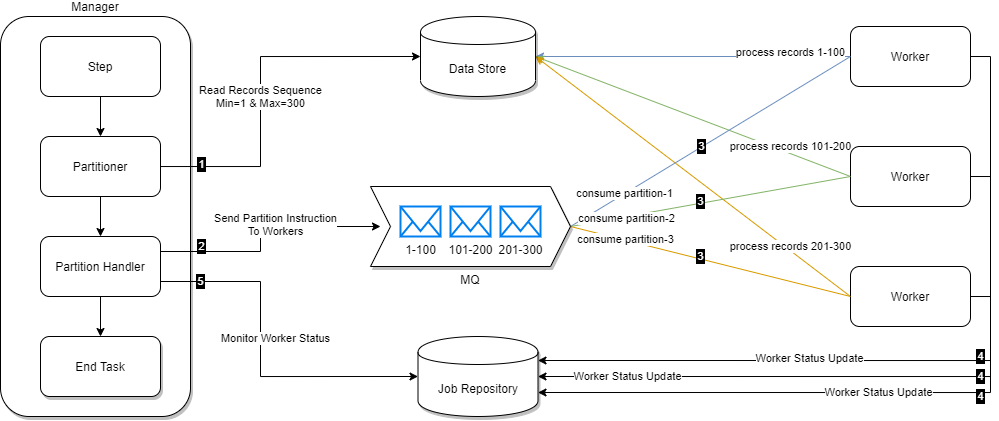
The draw.io diagram spring-batch-parallel-processing.png in selva-dharmaraj/draw, before a commit. Source tidied: cells renumbered, new cells last; positions are measured from the earlier drawing's top-left corner, leaving out a move shared by most shapes.
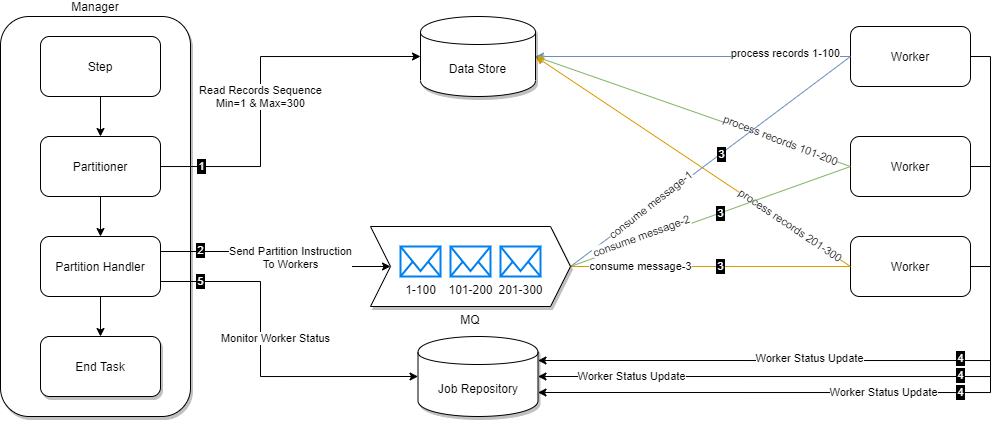
The same file after the commit.

Diff of the diagram source:
```diff
@@ -13,7 +13,7 @@
     </mxCell>
     <mxCell id="5" value="4" style="edgeLabel;html=1;align=center;verticalAlign=middle;labelBorderColor=#000000;fontColor=#FFFFFF;labelBackgroundColor=#000000;" parent="3" vertex="1">
       <mxGeometry x="-0.11" relative="1" as="geometry">
-        <mxPoint x="12" y="-4" as="offset" />
+        <mxPoint x="-8" y="-2" as="offset" />
       </mxGeometry>
     </mxCell>
     <mxCell id="6" style="edgeStyle=none;rounded=0;comic=0;jettySize=auto;html=1;entryX=1;entryY=0.5;entryDx=0;entryDy=0;startArrow=none;startFill=0;endArrow=classic;endFill=1;fillColor=#dae8fc;strokeColor=#6c8ebf;labelBorderColor=none;strokeWidth=1;" parent="1" edge="1" source="8" target="46">
@@ -21,7 +21,7 @@
     </mxCell>
     <mxCell id="7" value="process records 1-100" style="edgeLabel;html=1;align=center;verticalAlign=middle;labelBorderColor=none;" parent="6" vertex="1">
       <mxGeometry x="-0.11" y="-4" relative="1" as="geometry">
-        <mxPoint x="80.6" as="offset" />
+        <mxPoint x="75" y="1" as="offset" />
       </mxGeometry>
     </mxCell>
     <mxCell id="8" value="Worker" style="rounded=1;whiteSpace=wrap;html=1;labelBorderColor=none;" parent="1" vertex="1">
@@ -35,19 +35,19 @@
     </mxCell>
     <mxCell id="11" value="4" style="edgeLabel;html=1;align=center;verticalAlign=middle;labelBorderColor=#000000;fontColor=#FFFFFF;labelBackgroundColor=#000000;" parent="9" vertex="1">
       <mxGeometry x="-0.25" y="-1" relative="1" as="geometry">
-        <mxPoint x="11" y="5" as="offset" />
+        <mxPoint x="-16" y="1" as="offset" />
       </mxGeometry>
     </mxCell>
     <mxCell id="12" style="edgeStyle=none;rounded=0;comic=0;jettySize=auto;html=1;entryX=1;entryY=0.5;entryDx=0;entryDy=0;startArrow=none;startFill=0;endArrow=classic;endFill=1;exitX=0;exitY=0.5;exitDx=0;exitDy=0;fillColor=#d5e8d4;strokeColor=#82b366;labelBorderColor=none;" parent="1" edge="1" source="14" target="46">
       <mxGeometry relative="1" as="geometry" />
     </mxCell>
-    <mxCell id="13" value="process records 101-200" style="edgeLabel;html=1;align=center;verticalAlign=middle;labelBorderColor=none;" parent="12" vertex="1">
+    <mxCell id="13" value="process records 101-200" style="edgeLabel;html=1;align=center;verticalAlign=middle;labelBorderColor=none;rotation=21;" parent="12" vertex="1">
       <mxGeometry x="-0.09" y="-1" relative="1" as="geometry">
-        <mxPoint x="82.8" y="25.4" as="offset" />
+        <mxPoint x="73" y="25" as="offset" />
       </mxGeometry>
     </mxCell>
     <mxCell id="14" value="Worker" style="rounded=1;whiteSpace=wrap;html=1;labelBorderColor=none;" parent="1" vertex="1">
-      <mxGeometry x="850" y="130" width="120" height="60" as="geometry" />
+      <mxGeometry x="850" y="120" width="120" height="60" as="geometry" />
     </mxCell>
     <mxCell id="15" style="rounded=0;comic=0;jettySize=auto;html=1;entryX=1;entryY=0.5;entryDx=0;entryDy=0;exitX=1;exitY=0.5;exitDx=0;exitDy=0;elbow=vertical;edgeStyle=orthogonalEdgeStyle;labelBorderColor=none;" parent="1" edge="1" source="20" target="44">
       <mxGeometry relative="1" as="geometry" />
@@ -57,19 +57,19 @@
     </mxCell>
     <mxCell id="17" value="4" style="edgeLabel;html=1;align=center;verticalAlign=middle;labelBorderColor=#000000;fontColor=#FFFFFF;labelBackgroundColor=#000000;" parent="15" vertex="1">
       <mxGeometry x="-0.56" relative="1" as="geometry">
-        <mxPoint x="11" as="offset" />
+        <mxPoint x="-30" y="1" as="offset" />
       </mxGeometry>
     </mxCell>
     <mxCell id="18" style="edgeStyle=none;rounded=0;comic=0;jettySize=auto;html=1;entryX=1;entryY=0.5;entryDx=0;entryDy=0;startArrow=none;startFill=0;endArrow=classic;endFill=1;exitX=0;exitY=0.5;exitDx=0;exitDy=0;fillColor=#ffe6cc;strokeColor=#d79b00;labelBorderColor=none;" parent="1" edge="1" source="20" target="46">
       <mxGeometry relative="1" as="geometry" />
     </mxCell>
-    <mxCell id="19" value="process records 201-300" style="edgeLabel;html=1;align=center;verticalAlign=middle;labelBorderColor=none;" parent="18" vertex="1">
+    <mxCell id="19" value="process records 201-300" style="edgeLabel;html=1;align=center;verticalAlign=middle;labelBorderColor=none;rotation=34;" parent="18" vertex="1">
       <mxGeometry x="0.07" y="2" relative="1" as="geometry">
-        <mxPoint x="109.8" y="76.9" as="offset" />
+        <mxPoint x="109.8" y="69" as="offset" />
       </mxGeometry>
     </mxCell>
     <mxCell id="20" value="Worker" style="rounded=1;whiteSpace=wrap;html=1;labelBorderColor=none;" parent="1" vertex="1">
-      <mxGeometry x="850" y="250" width="120" height="60" as="geometry" />
+      <mxGeometry x="850" y="220" width="120" height="60" as="geometry" />
     </mxCell>
     <mxCell id="21" style="edgeStyle=orthogonalEdgeStyle;rounded=0;jettySize=auto;html=1;labelBorderColor=none;" parent="1" edge="1" source="22" target="27">
       <mxGeometry relative="1" as="geometry" />
@@ -95,28 +95,28 @@
     </mxCell>
     <mxCell id="26" value="1" style="edgeLabel;html=1;align=center;verticalAlign=middle;labelBorderColor=#000000;labelBackgroundColor=#000000;fontColor=#FFFFFF;" parent="24" vertex="1">
       <mxGeometry x="-0.7" y="2" relative="1" as="geometry">
-        <mxPoint x="-15" as="offset" />
+        <mxPoint x="-15" y="2" as="offset" />
       </mxGeometry>
     </mxCell>
     <mxCell id="27" value="Partitioner" style="rounded=1;whiteSpace=wrap;html=1;labelBorderColor=none;" parent="1" vertex="1">
       <mxGeometry x="40" y="120" width="120" height="60" as="geometry" />
     </mxCell>
-    <mxCell id="28" style="edgeStyle=orthogonalEdgeStyle;rounded=0;jettySize=auto;html=1;comic=0;entryX=0.05;entryY=0.5;entryDx=0;entryDy=0;entryPerimeter=0;labelBorderColor=none;exitX=1;exitY=0.25;exitDx=0;exitDy=0;" parent="1" edge="1" source="35" target="47">
+    <mxCell id="28" style="edgeStyle=orthogonalEdgeStyle;rounded=0;jettySize=auto;html=1;comic=0;labelBorderColor=none;exitX=1;exitY=0.25;exitDx=0;exitDy=0;entryX=0;entryY=0.5;entryDx=0;entryDy=0;" parent="1" edge="1" source="35" target="47">
       <mxGeometry relative="1" as="geometry">
         <Array as="points">
           <mxPoint x="260" y="235" />
-          <mxPoint x="260" y="210" />
+          <mxPoint x="260" y="250" />
         </Array>
       </mxGeometry>
     </mxCell>
     <mxCell id="29" value="Send Partition Instruction&lt;br&gt;To Workers" style="edgeLabel;html=1;align=center;verticalAlign=middle;labelBorderColor=none;" parent="28" vertex="1">
       <mxGeometry x="-0.17" y="-1" relative="1" as="geometry">
-        <mxPoint x="14" y="-26" as="offset" />
+        <mxPoint x="31" y="4" as="offset" />
       </mxGeometry>
     </mxCell>
     <mxCell id="30" value="2" style="edgeLabel;html=1;align=center;verticalAlign=middle;labelBorderColor=#000000;labelBackgroundColor=#000000;fontColor=#FFFFFF;" parent="28" vertex="1">
       <mxGeometry x="-0.51" y="1" relative="1" as="geometry">
-        <mxPoint x="-20" y="-4" as="offset" />
+        <mxPoint x="-21" as="offset" />
       </mxGeometry>
     </mxCell>
     <mxCell id="31" style="edgeStyle=orthogonalEdgeStyle;rounded=0;comic=0;jettySize=auto;html=1;labelBorderColor=none;" parent="1" edge="1" source="35" target="45">
@@ -146,29 +146,35 @@
     <mxCell id="36" style="rounded=0;comic=0;jettySize=auto;html=1;entryX=0;entryY=0.5;entryDx=0;entryDy=0;exitX=1;exitY=0.5;exitDx=0;exitDy=0;endArrow=none;endFill=0;startArrow=none;startFill=0;fillColor=#dae8fc;strokeColor=#6c8ebf;labelBorderColor=none;strokeWidth=1;" parent="1" edge="1" source="47" target="8">
       <mxGeometry relative="1" as="geometry" />
     </mxCell>
-    <mxCell id="37" value="consume partition-1" style="edgeLabel;html=1;align=center;verticalAlign=middle;labelBorderColor=none;" parent="36" vertex="1">
-      <mxGeometry x="-0.61" y="1" relative="1" as="geometry" />
+    <mxCell id="37" value="consume message-1" style="edgeLabel;html=1;align=center;verticalAlign=middle;labelBorderColor=none;rotation=322;" parent="36" vertex="1">
+      <mxGeometry x="-0.61" y="1" relative="1" as="geometry">
+        <mxPoint x="26" y="-20" as="offset" />
+      </mxGeometry>
     </mxCell>
     <mxCell id="38" value="3" style="edgeLabel;html=1;align=center;verticalAlign=middle;labelBorderColor=#000000;fontColor=#FFFFFF;labelBackgroundColor=#000000;" parent="36" vertex="1">
-      <mxGeometry x="-0.07" y="1" relative="1" as="geometry" />
+      <mxGeometry x="-0.07" y="1" relative="1" as="geometry">
+        <mxPoint x="20" y="-13" as="offset" />
+      </mxGeometry>
     </mxCell>
     <mxCell id="39" style="rounded=0;comic=0;jettySize=auto;html=1;entryX=0;entryY=0.5;entryDx=0;entryDy=0;exitX=1;exitY=0.5;exitDx=0;exitDy=0;endArrow=none;endFill=0;startArrow=none;startFill=0;fillColor=#d5e8d4;strokeColor=#82b366;labelBorderColor=none;" parent="1" edge="1" source="47" target="14">
       <mxGeometry relative="1" as="geometry" />
     </mxCell>
-    <mxCell id="40" value="consume partition-2" style="edgeLabel;html=1;align=center;verticalAlign=middle;labelBorderColor=none;" parent="39" vertex="1">
-      <mxGeometry x="-0.61" y="-1" relative="1" as="geometry" />
+    <mxCell id="40" value="consume message-2" style="edgeLabel;html=1;align=center;verticalAlign=middle;labelBorderColor=none;rotation=340;" parent="39" vertex="1">
+      <mxGeometry x="-0.61" y="-1" relative="1" as="geometry">
+        <mxPoint x="15" y="-11" as="offset" />
+      </mxGeometry>
     </mxCell>
     <mxCell id="41" value="3" style="edgeLabel;html=1;align=center;verticalAlign=middle;labelBorderColor=#000000;fontColor=#FFFFFF;labelBackgroundColor=#000000;" parent="39" vertex="1">
       <mxGeometry x="-0.04" y="1" relative="1" as="geometry">
-        <mxPoint x="-4" as="offset" />
+        <mxPoint x="16" y="-5" as="offset" />
       </mxGeometry>
     </mxCell>
     <mxCell id="42" value="3" style="rounded=0;comic=0;jettySize=auto;html=1;entryX=0;entryY=0.5;entryDx=0;entryDy=0;exitX=1;exitY=0.5;exitDx=0;exitDy=0;endArrow=none;endFill=0;startArrow=none;startFill=0;fillColor=#ffe6cc;strokeColor=#d79b00;labelBorderColor=#000000;fontColor=#FFFFFF;labelBackgroundColor=#000000;" parent="1" edge="1" source="47" target="20">
-      <mxGeometry x="-0.08" y="2" relative="1" as="geometry" />
+      <mxGeometry x="0.07" relative="1" as="geometry" />
     </mxCell>
-    <mxCell id="43" value="consume partition-3" style="edgeLabel;html=1;align=center;verticalAlign=middle;labelBorderColor=none;" parent="42" vertex="1">
+    <mxCell id="43" value="consume message-3" style="edgeLabel;html=1;align=center;verticalAlign=middle;labelBorderColor=none;rotation=0;" parent="42" vertex="1">
       <mxGeometry x="-0.62" relative="1" as="geometry">
-        <mxPoint y="-1" as="offset" />
+        <mxPoint x="16" as="offset" />
       </mxGeometry>
     </mxCell>
     <mxCell id="44" value="Job Repository" style="shape=cylinder;whiteSpace=wrap;html=1;boundedLbl=1;backgroundOutline=1;shadow=1;labelBorderColor=none;" parent="1" vertex="1">
@@ -181,16 +187,16 @@
       <mxGeometry x="420" width="115" height="80" as="geometry" />
     </mxCell>
     <mxCell id="47" value="MQ" style="shape=step;perimeter=stepPerimeter;whiteSpace=wrap;html=1;fixedSize=1;shadow=1;labelPosition=center;verticalLabelPosition=bottom;align=center;verticalAlign=top;labelBorderColor=none;" parent="1" vertex="1">
-      <mxGeometry x="370" y="170" width="200" height="80" as="geometry" />
+      <mxGeometry x="370" y="210" width="200" height="80" as="geometry" />
     </mxCell>
     <mxCell id="48" value="1-100" style="html=1;verticalLabelPosition=bottom;align=center;labelBackgroundColor=#ffffff;verticalAlign=top;strokeWidth=2;strokeColor=#0080F0;shadow=0;dashed=0;shape=mxgraph.ios7.icons.mail;labelBorderColor=none;" parent="1" vertex="1">
-      <mxGeometry x="400" y="190" width="40" height="30" as="geometry" />
+      <mxGeometry x="400" y="230" width="40" height="30" as="geometry" />
     </mxCell>
     <mxCell id="49" value="101-200" style="html=1;verticalLabelPosition=bottom;align=center;labelBackgroundColor=#ffffff;verticalAlign=top;strokeWidth=2;strokeColor=#0080F0;shadow=0;dashed=0;shape=mxgraph.ios7.icons.mail;labelBorderColor=none;" parent="1" vertex="1">
-      <mxGeometry x="450" y="190" width="40" height="30" as="geometry" />
+      <mxGeometry x="450" y="230" width="40" height="30" as="geometry" />
     </mxCell>
     <mxCell id="50" value="201-300" style="html=1;verticalLabelPosition=bottom;align=center;labelBackgroundColor=#ffffff;verticalAlign=top;strokeWidth=2;strokeColor=#0080F0;shadow=0;dashed=0;shape=mxgraph.ios7.icons.mail;labelBorderColor=none;" parent="1" vertex="1">
-      <mxGeometry x="500" y="190" width="40" height="30" as="geometry" />
+      <mxGeometry x="500" y="230" width="40" height="30" as="geometry" />
     </mxCell>
   </root>
 </mxGraphModel>
```
